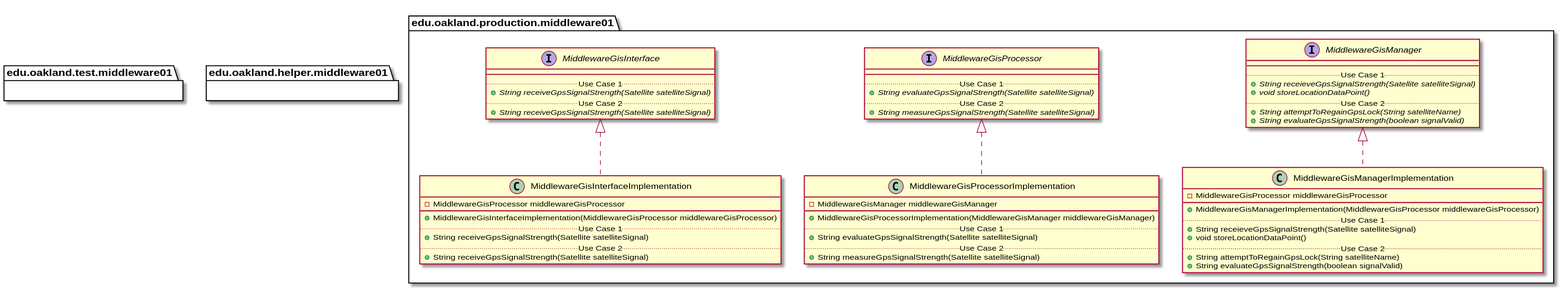
Earlier version of the PlantUML export docs/uml-class-diagrams/middleware01/Middleware01Packages_InternalDependencies.svg (andrewdimmer/csi-3370-software-project).
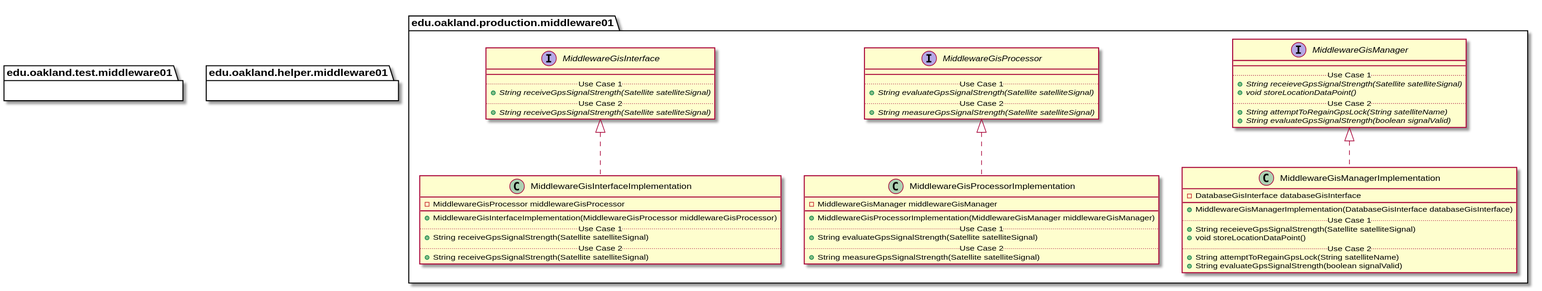
After the commit.

What changed in the source:
```diff
@@ -1,177 +1,89 @@
 @startuml Middleware01Packages_InternalDependencies
-
-
-
 
 
 package edu.oakland.production.middleware01 {
 
-
-
 }
 
 
-
+package edu.oakland.production.middleware01 {
+    interface MiddlewareGisInterface {
+        __
+        .. Use Case 1 ..
+        {abstract} + String receiveGpsSignalStrength(Satellite satelliteSignal)
+        .. Use Case 2 ..
+        {abstract} + String receiveGpsSignalStrength(Satellite satelliteSignal)
+    }
+}
 
 
 package edu.oakland.production.middleware01 {
-
-    interface MiddlewareGisInterface {
-
+    interface MiddlewareGisProcessor {
         __
-
         .. Use Case 1 ..
-
-        {abstract} + String receiveGpsSignalStrength(Satellite satelliteSignal)
-
+        {abstract} + String evaluateGpsSignalStrength(Satellite satelliteSignal)
         .. Use Case 2 ..
-
-        {abstract} + String receiveGpsSignalStrength(Satellite satelliteSignal)
-
+        {abstract} + String measureGpsSignalStrength(Satellite satelliteSignal)
     }
-
 }
 
 
-
+package edu.oakland.production.middleware01 {
+    interface MiddlewareGisManager {
+        __
+        .. Use Case 1 ..
+        {abstract} + String receieveGpsSignalStrength(Satellite satelliteSignal)
+        {abstract} + void storeLocationDataPoint()
+        .. Use Case 2 ..
+        {abstract} + String attemptToRegainGpsLock(String satelliteName)
+        {abstract} + String evaluateGpsSignalStrength(boolean signalValid)
+    }
+}
 
 
 package edu.oakland.production.middleware01 {
-
-    interface MiddlewareGisProcessor {
-
+    class MiddlewareGisInterfaceImplementation {
+        - MiddlewareGisProcessor middlewareGisProcessor
         __
-
+        + MiddlewareGisInterfaceImplementation(MiddlewareGisProcessor middlewareGisProcessor)
         .. Use Case 1 ..
-
-        {abstract} + String evaluateGpsSignalStrength(Satellite satelliteSignal)
-
+        + String receiveGpsSignalStrength(Satellite satelliteSignal)
         .. Use Case 2 ..
-
-        {abstract} + String measureGpsSignalStrength(Satellite satelliteSignal)
-
+        + String receiveGpsSignalStrength(Satellite satelliteSignal)
     }
-
 }
-
-
-
-
-
-package edu.oakland.production.middleware01 {
-
-    interface MiddlewareGisManager {
-
-        __
-
-        .. Use Case 1 ..
-
-        {abstract} + String receieveGpsSignalStrength(Satellite satelliteSignal)
-
-        {abstract} + void storeLocationDataPoint()
-
-        .. Use Case 2 ..
-
-        {abstract} + String attemptToRegainGpsLock(String satelliteName)
-
-        {abstract} + String evaluateGpsSignalStrength(boolean signalValid)
-
-    }
-
-}
-
-
-
-
-
-package edu.oakland.production.middleware01 {
-
-    class MiddlewareGisInterfaceImplementation {
-
-        - MiddlewareGisProcessor middlewareGisProcessor
-
-        __
-
-        + MiddlewareGisInterfaceImplementation(MiddlewareGisProcessor middlewareGisProcessor)
-
-        .. Use Case 1 ..
-
-        + String receiveGpsSignalStrength(Satellite satelliteSignal)
-
-        .. Use Case 2 ..
-
-        + String receiveGpsSignalStrength(Satellite satelliteSignal)
-
-    }
-
-}
-
-
-
 
 
 MiddlewareGisInterfaceImplementation .up.|> MiddlewareGisInterface
 
-
-
 package edu.oakland.production.middleware01 {
-
     class MiddlewareGisProcessorImplementation {
-
         - MiddlewareGisManager middlewareGisManager
-
         __
-
         + MiddlewareGisProcessorImplementation(MiddlewareGisManager middlewareGisManager)
-
         .. Use Case 1 ..
-
         + String evaluateGpsSignalStrength(Satellite satelliteSignal)
-
         .. Use Case 2 ..
-
         + String measureGpsSignalStrength(Satellite satelliteSignal)
-
     }
-
 }
-
-
-
 
 
 MiddlewareGisProcessorImplementation .up.|> MiddlewareGisProcessor
 
-
-
 package edu.oakland.production.middleware01 {
-
     class MiddlewareGisManagerImplementation {
-
-        - MiddlewareGisProcessor middlewareGisProcessor
-
+        - DatabaseGisInterface databaseGisInterface
         __
-
-        + MiddlewareGisManagerImplementation(MiddlewareGisProcessor middlewareGisProcessor)
-
+        + MiddlewareGisManagerImplementation(DatabaseGisInterface databaseGisInterface)
         .. Use Case 1 ..
-
         + String receieveGpsSignalStrength(Satellite satelliteSignal)
-
         + void storeLocationDataPoint()
-
         .. Use Case 2 ..
-
         + String attemptToRegainGpsLock(String satelliteName)
-
         + String evaluateGpsSignalStrength(boolean signalValid)
-
     }
-
 }
-
-
-
 
 
 MiddlewareGisManagerImplementation .up.|> MiddlewareGisManager
@@ -183,33 +95,14 @@
 
 
 
-
-
-
-
-
-
-
-
-
 package edu.oakland.test.middleware01 {
-
-
 
 }
 
 
-
-
-
 package edu.oakland.helper.middleware01 {
-
-
 
 }
 
 
-
-
-
 @enduml
```
